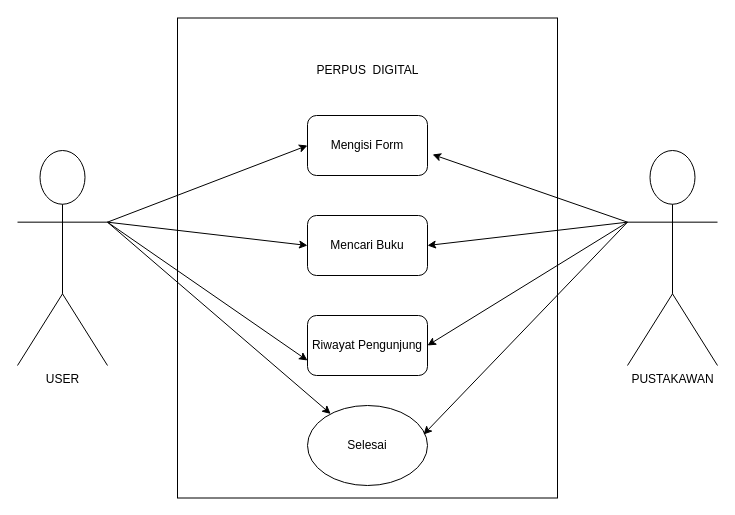
This is Use-Case-Diagram-Perpus-Digital.draw.io.drawio from mzaki876/Class-Diagram, a draw.io file, before an edit. Source tidied: cells renumbered, new cells numbered last; positions are measured from the earlier drawing's top-left corner, leaving out a move shared by most shapes. Both pictures are drawn from the tidied source at 100%, with x=0, y=0 at pixel (17, 17).
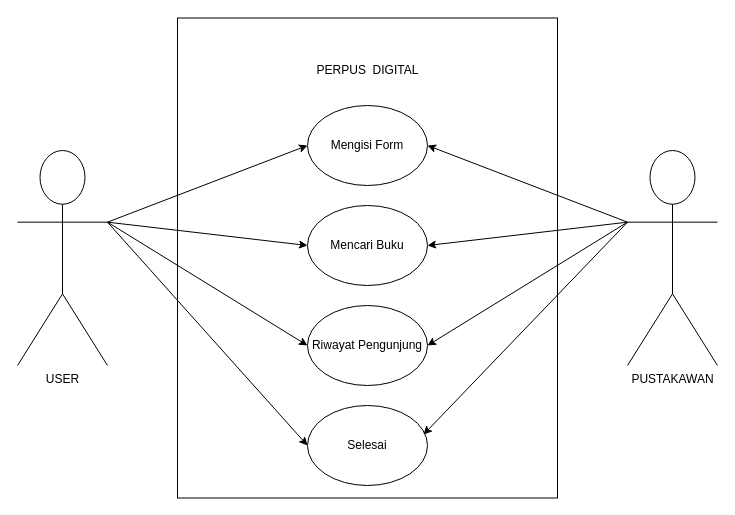
Above is the later version.

Unchanged cells that the change refers to:
```xml
<mxCell id="2" value="USER" style="shape=umlActor;verticalLabelPosition=bottom;verticalAlign=top;html=1;outlineConnect=0;" parent="1" vertex="1">
  <mxGeometry y="133" width="90" height="215" as="geometry" />
</mxCell>
<mxCell id="4" value="PUSTAKAWAN" style="shape=umlActor;verticalLabelPosition=bottom;verticalAlign=top;html=1;outlineConnect=0;" parent="1" vertex="1">
  <mxGeometry x="610" y="133" width="90" height="215" as="geometry" />
</mxCell>
<mxCell id="9" value="Selesai" style="ellipse;whiteSpace=wrap;html=1;" parent="1" vertex="1">
  <mxGeometry x="290" y="388" width="120" height="80" as="geometry" />
</mxCell>
```

Diff of the diagram source:
```diff
@@
-    <mxCell id="6" value="Mengisi Form" style="rounded=1;whiteSpace=wrap;html=1;" parent="1" vertex="1">
-      <mxGeometry x="290" y="98" width="120" height="60" as="geometry" />
-    </mxCell>
-    <mxCell id="7" value="Mencari Buku" style="rounded=1;whiteSpace=wrap;html=1;" parent="1" vertex="1">
-      <mxGeometry x="290" y="198" width="120" height="60" as="geometry" />
-    </mxCell>
-    <mxCell id="8" value="Riwayat Pengunjung" style="rounded=1;whiteSpace=wrap;html=1;" parent="1" vertex="1">
-      <mxGeometry x="290" y="298" width="120" height="60" as="geometry" />
-    </mxCell>
@@
-    <mxCell id="10" style="endArrow=classic;html=1;rounded=0;entryX=0;entryY=0.5;entryDx=0;entryDy=0;exitX=1;exitY=0.3333333333333333;exitDx=0;exitDy=0;exitPerimeter=0;" parent="1" edge="1" source="2" target="6">
-      <mxGeometry relative="1" as="geometry" />
+    <mxCell id="10" style="endArrow=classic;html=1;rounded=0;entryX=0;entryY=0.5;entryDx=0;entryDy=0;exitX=1;exitY=0.3333333333333333;exitDx=0;exitDy=0;exitPerimeter=0;" parent="1" edge="1" source="2">
+      <mxGeometry relative="1" as="geometry">
+        <mxPoint x="290" y="128" as="targetPoint" />
+      </mxGeometry>
     </mxCell>
-    <mxCell id="11" style="endArrow=classic;html=1;rounded=0;entryX=0;entryY=0.5;entryDx=0;entryDy=0;exitX=1;exitY=0.3333333333333333;exitDx=0;exitDy=0;exitPerimeter=0;" parent="1" edge="1" source="2" target="7">
-      <mxGeometry relative="1" as="geometry" />
+    <mxCell id="11" style="endArrow=classic;html=1;rounded=0;entryX=0;entryY=0.5;entryDx=0;entryDy=0;exitX=1;exitY=0.3333333333333333;exitDx=0;exitDy=0;exitPerimeter=0;" parent="1" edge="1" source="2">
+      <mxGeometry relative="1" as="geometry">
+        <mxPoint x="290" y="228" as="targetPoint" />
+      </mxGeometry>
     </mxCell>
-    <mxCell id="12" style="endArrow=classic;html=1;rounded=0;exitX=1;exitY=0.3333333333333333;exitDx=0;exitDy=0;exitPerimeter=0;entryX=0;entryY=0.75;entryDx=0;entryDy=0;" parent="1" edge="1" source="2" target="8">
+    <mxCell id="12" style="endArrow=classic;html=1;rounded=0;exitX=1;exitY=0.3333333333333333;exitDx=0;exitDy=0;exitPerimeter=0;entryX=0;entryY=0.5;entryDx=0;entryDy=0;" parent="1" edge="1" source="2" target="8">
       <mxGeometry relative="1" as="geometry" />
     </mxCell>
-    <mxCell id="13" style="endArrow=classic;html=1;rounded=0;entryX=1.042;entryY=0.65;entryDx=0;entryDy=0;entryPerimeter=0;exitX=0;exitY=0.3333333333333333;exitDx=0;exitDy=0;exitPerimeter=0;" parent="1" edge="1" source="4" target="6">
+    <mxCell id="13" style="endArrow=classic;html=1;rounded=0;entryX=1;entryY=0.5;entryDx=0;entryDy=0;exitX=0;exitY=0.3333333333333333;exitDx=0;exitDy=0;exitPerimeter=0;" parent="1" edge="1" source="4" target="6">
       <mxGeometry relative="1" as="geometry" />
     </mxCell>
-    <mxCell id="14" style="endArrow=classic;html=1;rounded=0;entryX=1;entryY=0.5;entryDx=0;entryDy=0;exitX=0;exitY=0.3333333333333333;exitDx=0;exitDy=0;exitPerimeter=0;" parent="1" edge="1" source="4" target="7">
-      <mxGeometry relative="1" as="geometry" />
+    <mxCell id="14" style="endArrow=classic;html=1;rounded=0;entryX=1;entryY=0.5;entryDx=0;entryDy=0;exitX=0;exitY=0.3333333333333333;exitDx=0;exitDy=0;exitPerimeter=0;" parent="1" edge="1" source="4">
+      <mxGeometry relative="1" as="geometry">
+        <mxPoint x="410" y="228" as="targetPoint" />
+      </mxGeometry>
     </mxCell>
-    <mxCell id="15" style="endArrow=classic;html=1;rounded=0;entryX=1;entryY=0.5;entryDx=0;entryDy=0;exitX=0;exitY=0.3333333333333333;exitDx=0;exitDy=0;exitPerimeter=0;" parent="1" edge="1" source="4" target="8">
-      <mxGeometry relative="1" as="geometry" />
+    <mxCell id="15" style="endArrow=classic;html=1;rounded=0;entryX=1;entryY=0.5;entryDx=0;entryDy=0;exitX=0;exitY=0.3333333333333333;exitDx=0;exitDy=0;exitPerimeter=0;" parent="1" edge="1" source="4">
+      <mxGeometry relative="1" as="geometry">
+        <mxPoint x="410" y="328" as="targetPoint" />
+      </mxGeometry>
     </mxCell>
-    <mxCell id="16" style="endArrow=classic;html=1;rounded=0;exitX=1;exitY=0.3333333333333333;exitDx=0;exitDy=0;exitPerimeter=0;" parent="1" edge="1" source="2" target="9">
+    <mxCell id="16" style="endArrow=classic;html=1;rounded=0;exitX=1;exitY=0.3333333333333333;exitDx=0;exitDy=0;exitPerimeter=0;entryX=0;entryY=0.5;entryDx=0;entryDy=0;" parent="1" edge="1" source="2" target="9">
       <mxGeometry relative="1" as="geometry" />
     </mxCell>
@@
+    <mxCell id="8" value="Riwayat Pengunjung" style="ellipse;whiteSpace=wrap;html=1;" parent="1" vertex="1">
+      <mxGeometry x="290" y="288" width="120" height="80" as="geometry" />
+    </mxCell>
+    <mxCell id="7" value="Mencari Buku" style="ellipse;whiteSpace=wrap;html=1;" parent="1" vertex="1">
+      <mxGeometry x="290" y="188" width="120" height="80" as="geometry" />
+    </mxCell>
+    <mxCell id="6" value="Mengisi Form" style="ellipse;whiteSpace=wrap;html=1;" parent="1" vertex="1">
+      <mxGeometry x="290" y="88" width="120" height="80" as="geometry" />
+    </mxCell>
```
